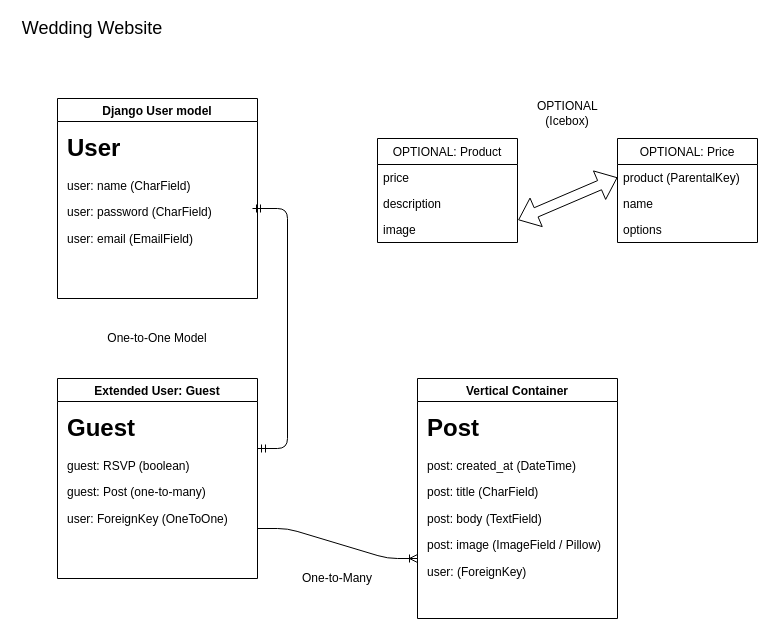
Earlier version of the draw.io diagram erd.drawio (jstearne/wedding-site). Source tidied: cells renumbered, new cells numbered last; positions are measured from the earlier drawing's top-left corner, leaving out a move shared by most shapes. Both pictures are drawn from the tidied source at 100%, with x=0, y=0 at pixel (17, 18).
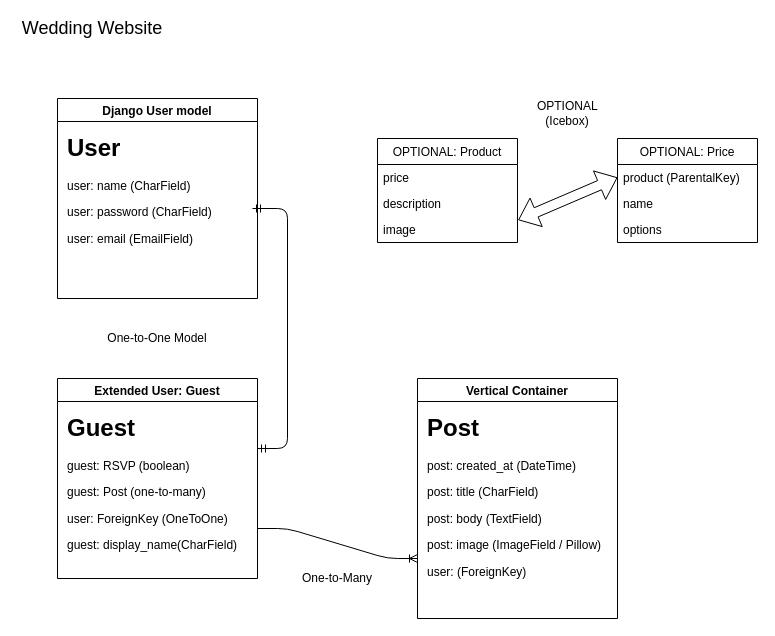
After the change.

Commit message (it also covers changes not shown here):
Building models, need media folder for uploaded images.

The change refers to these unchanged cells:
```xml
<mxCell id="5" value="Extended User: Guest" style="swimlane;" parent="1" vertex="1">
  <mxGeometry x="40" y="360" width="200" height="200" as="geometry" />
</mxCell>
```

Diff of the diagram source:
```diff
@@
-    <mxCell id="6" value="&lt;h1&gt;Guest&lt;/h1&gt;&lt;p&gt;guest: RSVP (boolean)&lt;/p&gt;&lt;p&gt;guest: Post (one-to-many)&lt;/p&gt;&lt;p&gt;user: ForeignKey (OneToOne)&lt;/p&gt;" style="text;html=1;strokeColor=none;fillColor=none;spacing=5;spacingTop=-20;whiteSpace=wrap;overflow=hidden;rounded=0;" parent="5" vertex="1">
+    <mxCell id="6" value="&lt;h1&gt;Guest&lt;/h1&gt;&lt;p&gt;guest: RSVP (boolean)&lt;/p&gt;&lt;p&gt;guest: Post (one-to-many)&lt;/p&gt;&lt;p&gt;user: ForeignKey (OneToOne)&lt;/p&gt;&lt;p&gt;guest: display_name(CharField)&lt;/p&gt;" style="text;html=1;strokeColor=none;fillColor=none;spacing=5;spacingTop=-20;whiteSpace=wrap;overflow=hidden;rounded=0;" parent="5" vertex="1">
       <mxGeometry x="5" y="30" width="190" height="170" as="geometry" />
     </mxCell>
```
